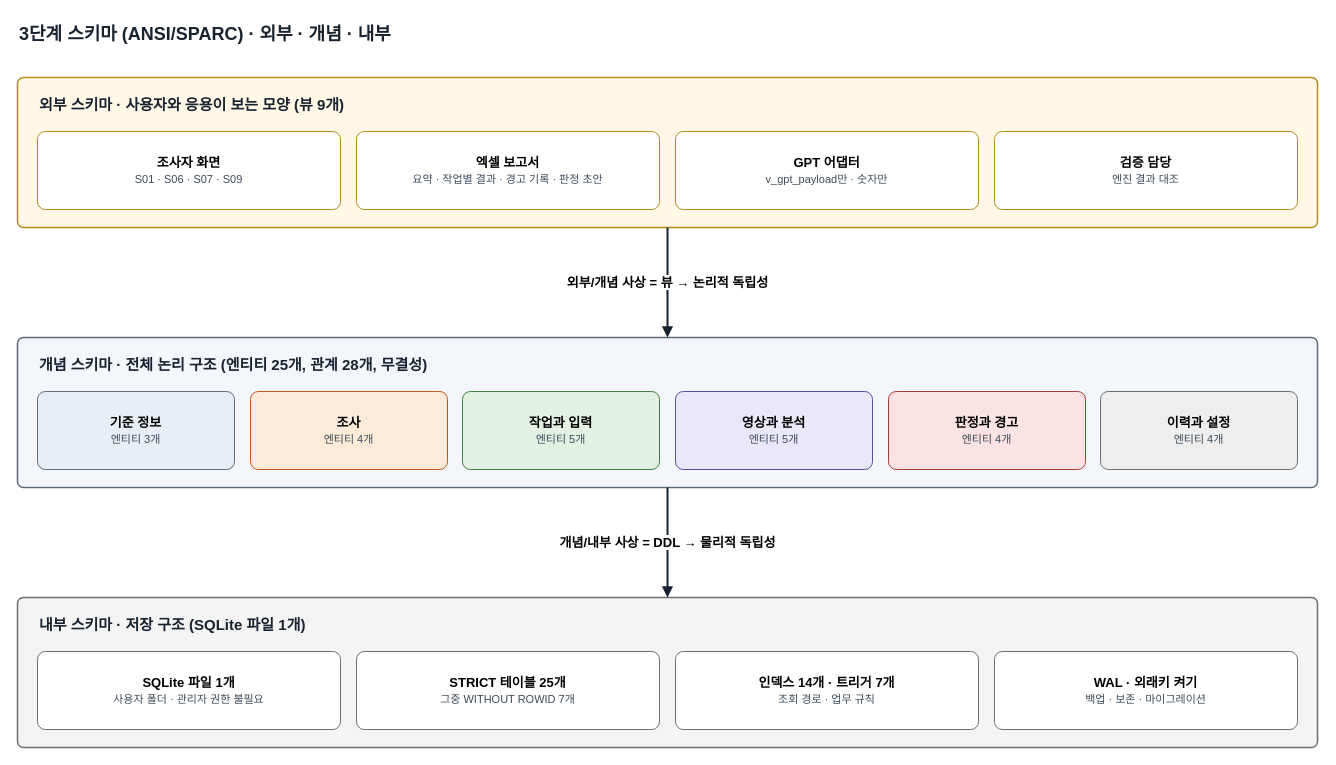
The draw.io diagram page "0 3단계 스키마" (1 of 5) of docs/ERD.drawio in LOCO-KOREA/LOCO, before the edit. Source tidied: cells renumbered, new cells numbered last; positions are measured from the earlier drawing's top-left corner, leaving out a move shared by most shapes. Both pictures are drawn from the tidied source at 100%, with x=0, y=0 at pixel (17, 17).
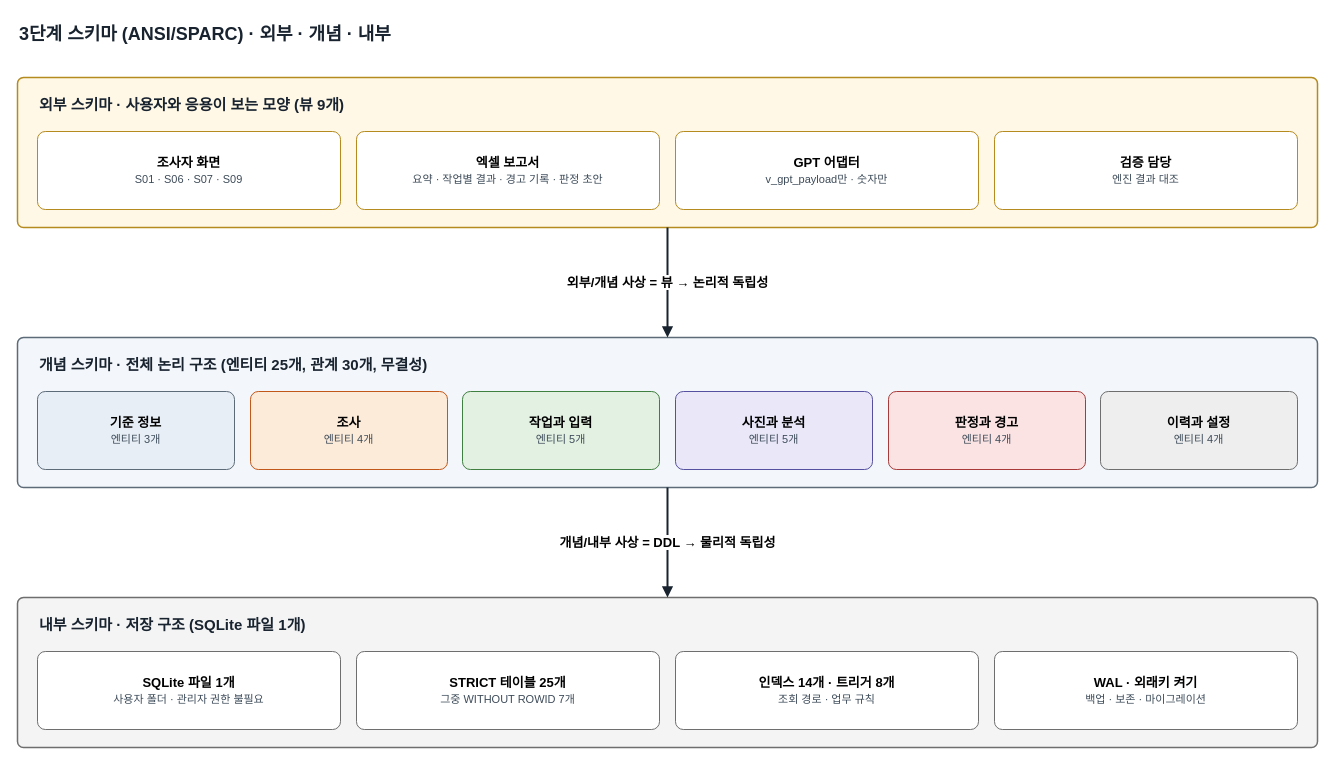
Above is the later version.

What changed in the source:
```diff
@@
-    <mxCell id="9" value="개념 스키마 · 전체 논리 구조 (엔티티 25개, 관계 28개, 무결성)" style="text;html=1;whiteSpace=wrap;align=left;verticalAlign=top;fontSize=15;fontColor=#18232F;fontStyle=1;" parent="1" vertex="1">
+    <mxCell id="9" value="개념 스키마 · 전체 논리 구조 (엔티티 25개, 관계 30개, 무결성)" style="text;html=1;whiteSpace=wrap;align=left;verticalAlign=top;fontSize=15;fontColor=#18232F;fontStyle=1;" parent="1" vertex="1">
       <mxGeometry x="20" y="332" width="1260" height="26" as="geometry" />
     </mxCell>
@@
-    <mxCell id="13" value="&lt;b&gt;영상과 분석&lt;/b&gt;&lt;br&gt;&lt;span style=&quot;font-size:11px;color:#3D4B59&quot;&gt;엔티티 5개&lt;/span&gt;" style="rounded=1;arcSize=10;whiteSpace=wrap;html=1;fillColor=#E9E7F8;strokeColor=#5550A0;fontSize=13;" parent="1" vertex="1">
+    <mxCell id="13" value="&lt;b&gt;사진과 분석&lt;/b&gt;&lt;br&gt;&lt;span style=&quot;font-size:11px;color:#3D4B59&quot;&gt;엔티티 5개&lt;/span&gt;" style="rounded=1;arcSize=10;whiteSpace=wrap;html=1;fillColor=#E9E7F8;strokeColor=#5550A0;fontSize=13;" parent="1" vertex="1">
       <mxGeometry x="658" y="374" width="197" height="78" as="geometry" />
     </mxCell>
@@
-    <mxCell id="20" value="&lt;b&gt;인덱스 14개 · 트리거 7개&lt;/b&gt;&lt;br&gt;&lt;span style=&quot;font-size:11px;color:#3D4B59&quot;&gt;조회 경로 · 업무 규칙&lt;/span&gt;" style="rounded=1;arcSize=10;whiteSpace=wrap;html=1;fillColor=#FFFFFF;strokeColor=#6E6E6E;fontSize=13;" parent="1" vertex="1">
+    <mxCell id="20" value="&lt;b&gt;인덱스 14개 · 트리거 8개&lt;/b&gt;&lt;br&gt;&lt;span style=&quot;font-size:11px;color:#3D4B59&quot;&gt;조회 경로 · 업무 규칙&lt;/span&gt;" style="rounded=1;arcSize=10;whiteSpace=wrap;html=1;fillColor=#FFFFFF;strokeColor=#6E6E6E;fontSize=13;" parent="1" vertex="1">
       <mxGeometry x="658" y="634" width="303" height="78" as="geometry" />
     </mxCell>
```
